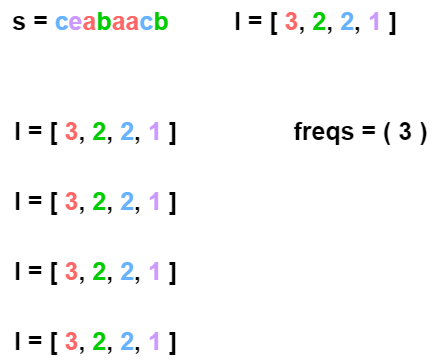
This is Python3/img/MinDeletionsToMakeFrequenciesUnique.png from ashiven/leetcode-solutions, a draw.io export, as it was before one commit. Source tidied: cells renumbered, new cells last; positions are measured from the earlier drawing's top-left corner, leaving out a move shared by most shapes.
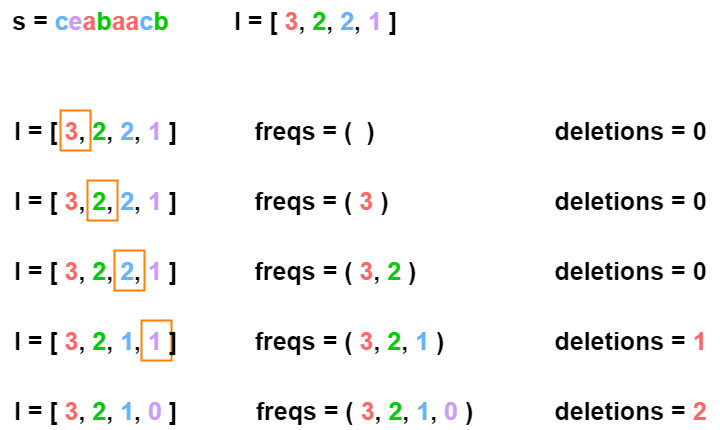
Later version of the same file.

Change to the diagram source:
```diff
@@ -2,6 +2,12 @@
   <root>
     <mxCell id="0" />
     <mxCell id="1" parent="0" />
+    <mxCell id="9" style="rounded=0;whiteSpace=wrap;html=1;fillColor=none;strokeWidth=2;strokeColor=#FF8000;" parent="1" vertex="1">
+      <mxGeometry x="141" y="320" width="30" height="40" as="geometry" />
+    </mxCell>
+    <mxCell id="10" style="rounded=0;whiteSpace=wrap;html=1;fillColor=none;strokeWidth=2;strokeColor=#FF8000;" parent="1" vertex="1">
+      <mxGeometry x="114" y="250" width="30" height="40" as="geometry" />
+    </mxCell>
     <mxCell id="2" value="s =&amp;nbsp;&lt;font color=&quot;#66b2ff&quot;&gt;c&lt;/font&gt;&lt;font color=&quot;#cc99ff&quot;&gt;e&lt;/font&gt;&lt;font color=&quot;#ff6666&quot;&gt;a&lt;/font&gt;&lt;font color=&quot;#00cc00&quot;&gt;b&lt;/font&gt;&lt;font color=&quot;#ff6666&quot;&gt;aa&lt;/font&gt;&lt;font color=&quot;#66b2ff&quot;&gt;c&lt;/font&gt;&lt;font color=&quot;#00cc00&quot;&gt;b&lt;/font&gt;" style="text;html=1;align=center;verticalAlign=middle;strokeColor=none;fillColor=none;fontSize=25;fontStyle=1;" parent="1" vertex="1">
       <mxGeometry width="180" height="40" as="geometry" />
     </mxCell>
@@ -17,11 +23,47 @@
     <mxCell id="6" value="l = [ &lt;font color=&quot;#ff6666&quot;&gt;3&lt;/font&gt;, &lt;font color=&quot;#00cc00&quot;&gt;2&lt;/font&gt;, &lt;font color=&quot;#66b2ff&quot;&gt;2&lt;/font&gt;, &lt;font color=&quot;#cc99ff&quot;&gt;1&lt;/font&gt; ]" style="text;html=1;align=center;verticalAlign=middle;strokeColor=none;fillColor=none;fontSize=25;fontStyle=1;" parent="1" vertex="1">
       <mxGeometry y="250" width="190" height="40" as="geometry" />
     </mxCell>
-    <mxCell id="7" value="l = [ &lt;font color=&quot;#ff6666&quot;&gt;3&lt;/font&gt;, &lt;font color=&quot;#00cc00&quot;&gt;2&lt;/font&gt;, &lt;font color=&quot;#66b2ff&quot;&gt;2&lt;/font&gt;, &lt;font color=&quot;#cc99ff&quot;&gt;1&lt;/font&gt; ]" style="text;html=1;align=center;verticalAlign=middle;strokeColor=none;fillColor=none;fontSize=25;fontStyle=1;" parent="1" vertex="1">
+    <mxCell id="7" value="l = [ &lt;font color=&quot;#ff6666&quot;&gt;3&lt;/font&gt;, &lt;font color=&quot;#00cc00&quot;&gt;2&lt;/font&gt;, &lt;font color=&quot;#66b2ff&quot;&gt;1&lt;/font&gt;, &lt;font color=&quot;#cc99ff&quot;&gt;1&lt;/font&gt;&amp;nbsp;]" style="text;html=1;align=center;verticalAlign=middle;strokeColor=none;fillColor=none;fontSize=25;fontStyle=1;" parent="1" vertex="1">
       <mxGeometry y="320" width="190" height="40" as="geometry" />
     </mxCell>
-    <mxCell id="8" value="freqs = ( 3 )" style="text;html=1;align=center;verticalAlign=middle;strokeColor=none;fillColor=none;fontSize=25;fontStyle=1;" parent="1" vertex="1">
-      <mxGeometry x="280" y="110" width="160" height="40" as="geometry" />
+    <mxCell id="8" value="freqs = ( &lt;font color=&quot;#ff6666&quot;&gt;3&lt;/font&gt; )" style="text;html=1;align=center;verticalAlign=middle;strokeColor=none;fillColor=none;fontSize=25;fontStyle=1;" parent="1" vertex="1">
+      <mxGeometry x="241" y="180" width="160" height="40" as="geometry" />
     </mxCell>
+    <mxCell id="11" value="freqs = ( &lt;font color=&quot;#ff6666&quot;&gt;3&lt;/font&gt;, &lt;font color=&quot;#00cc00&quot;&gt;2&lt;/font&gt; )" style="text;html=1;align=center;verticalAlign=middle;strokeColor=none;fillColor=none;fontSize=25;fontStyle=1;" parent="1" vertex="1">
+      <mxGeometry x="240" y="250" width="190" height="40" as="geometry" />
+    </mxCell>
+    <mxCell id="12" value="freqs = ( &lt;font color=&quot;#ff6666&quot;&gt;3&lt;/font&gt;, &lt;font color=&quot;#00cc00&quot;&gt;2&lt;/font&gt;, &lt;font color=&quot;#66b2ff&quot;&gt;1&lt;/font&gt;&amp;nbsp;)" style="text;html=1;align=center;verticalAlign=middle;strokeColor=none;fillColor=none;fontSize=25;fontStyle=1;" parent="1" vertex="1">
+      <mxGeometry x="244" y="320" width="210" height="40" as="geometry" />
+    </mxCell>
+    <mxCell id="13" style="rounded=0;whiteSpace=wrap;html=1;fillColor=none;strokeWidth=2;strokeColor=#FF8000;" parent="1" vertex="1">
+      <mxGeometry x="60" y="110" width="30" height="40" as="geometry" />
+    </mxCell>
+    <mxCell id="14" style="rounded=0;whiteSpace=wrap;html=1;fillColor=none;strokeWidth=2;strokeColor=#FF8000;" parent="1" vertex="1">
+      <mxGeometry x="87" y="180" width="30" height="40" as="geometry" />
+    </mxCell>
+    <mxCell id="15" value="freqs = ( &amp;nbsp;)" style="text;html=1;align=center;verticalAlign=middle;strokeColor=none;fillColor=none;fontSize=25;fontStyle=1;" parent="1" vertex="1">
+      <mxGeometry x="244" y="110" width="140" height="40" as="geometry" />
+    </mxCell>
+    <mxCell id="16" value="deletions = 0" style="text;html=1;align=center;verticalAlign=middle;strokeColor=none;fillColor=none;fontSize=25;fontStyle=1;" parent="1" vertex="1">
+      <mxGeometry x="540" y="110" width="180" height="40" as="geometry" />
+    </mxCell>
+    <mxCell id="17" value="deletions = 0" style="text;html=1;align=center;verticalAlign=middle;strokeColor=none;fillColor=none;fontSize=25;fontStyle=1;" parent="1" vertex="1">
+      <mxGeometry x="540" y="180" width="180" height="40" as="geometry" />
+    </mxCell>
+    <mxCell id="18" value="deletions = &lt;font color=&quot;#ff6666&quot;&gt;1&lt;/font&gt;" style="text;html=1;align=center;verticalAlign=middle;strokeColor=none;fillColor=none;fontSize=25;fontStyle=1;" parent="1" vertex="1">
+      <mxGeometry x="540" y="320" width="180" height="40" as="geometry" />
+    </mxCell>
+    <mxCell id="19" value="deletions = &lt;font color=&quot;#ff6666&quot;&gt;2&lt;/font&gt;" style="text;html=1;align=center;verticalAlign=middle;strokeColor=none;fillColor=none;fontSize=25;fontStyle=1;" parent="1" vertex="1">
+      <mxGeometry x="540" y="390" width="180" height="40" as="geometry" />
+    </mxCell>
+    <mxCell id="20" value="l = [ &lt;font color=&quot;#ff6666&quot;&gt;3&lt;/font&gt;, &lt;font color=&quot;#00cc00&quot;&gt;2&lt;/font&gt;, &lt;font color=&quot;#66b2ff&quot;&gt;1&lt;/font&gt;, &lt;font color=&quot;#cc99ff&quot;&gt;0&lt;/font&gt;&amp;nbsp;]" style="text;html=1;align=center;verticalAlign=middle;strokeColor=none;fillColor=none;fontSize=25;fontStyle=1;" parent="1" vertex="1">
+      <mxGeometry y="390" width="190" height="40" as="geometry" />
+    </mxCell>
+    <mxCell id="21" value="freqs = ( &lt;font color=&quot;#ff6666&quot;&gt;3&lt;/font&gt;, &lt;font color=&quot;#00cc00&quot;&gt;2&lt;/font&gt;, &lt;font color=&quot;#66b2ff&quot;&gt;1&lt;/font&gt;, &lt;font color=&quot;#cc99ff&quot;&gt;0&lt;/font&gt;&amp;nbsp;)" style="text;html=1;align=center;verticalAlign=middle;strokeColor=none;fillColor=none;fontSize=25;fontStyle=1;" parent="1" vertex="1">
+      <mxGeometry x="244" y="390" width="240" height="40" as="geometry" />
+    </mxCell>
+    <mxCell id="22" value="deletions = 0" style="text;html=1;align=center;verticalAlign=middle;strokeColor=none;fillColor=none;fontSize=25;fontStyle=1;" parent="1" vertex="1">
+      <mxGeometry x="540" y="250" width="180" height="40" as="geometry" />
+    </mxCell>
   </root>
 </mxGraphModel>
```
